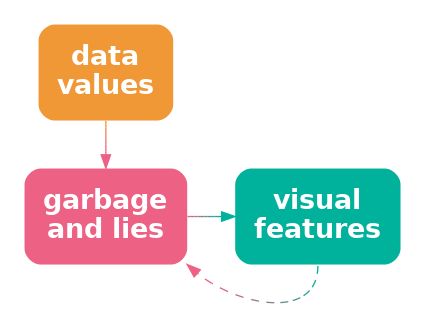
The Graphviz diagram Diagrams/lie-vis-decode.png in pmur002/hdvw, before a commit. Its source is kept beside it as Diagrams/lie-vis-decode.dot.
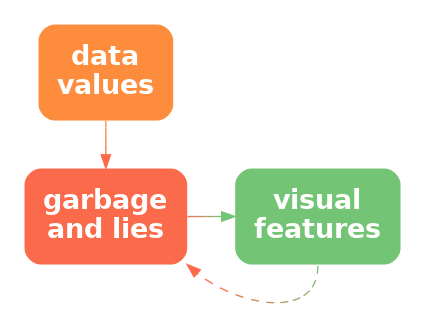
Above is the later version.

The edit, as a diff of the source:
```diff
@@ -1,12 +1,12 @@
 digraph {
   graph [ rankdir=LR; margin=.2; nodesep=.5 ];
   node [ fontsize=20; fontname="sans bold"; margin=.2 ];
-  data [ label="data\nvalues"; shape=box; style="filled, rounded"; penwidth=0; fontcolor=white; fillcolor="#F09736" ]
-  lie [ label="garbage\nand lies"; shape=box; style="filled, rounded"; penwidth=0; fontcolor=white; fillcolor="#EC6184" ]
+  data [ label="data\nvalues"; shape=box; style="filled, rounded"; penwidth=0; fontcolor=white; fillcolor="#FD8D3C" ]
+  lie [ label="garbage\nand lies"; shape=box; style="filled, rounded"; penwidth=0; fontcolor=white; fillcolor="#FB6A4A" ]
   vis [ label="visual\nfeatures"; shape=box;
-     style="filled, rounded"; penwidth=0; fontcolor=white; fillcolor="#00B19B" ]
-  data -> lie [ color="#F09736;0.1:#F0913F;0.1:#EF8B47;0.1:#EF8550;0.1:#EE7F59;0.1:#EE7961;0.1:#ED736A;0.1:#ED6D73;0.1:#EC677B;0.1:#EC6184;0.1" ]
-  lie -> vis [ color="#EC6184;0.1:#D26A87;0.1:#B87389;0.1:#9D7C8C;0.1:#83858E;0.1:#698D91;0.1:#4F9693;0.1:#349F96;0.1:#1AA898;0.1:#00B19B;0.1" ]
-  vis:s -> lie:se [ style="dashed", color="#00B19B;0.1:#1AA898;0.1:#349F96;0.1:#4F9693;0.1:#698D91;0.1:#83858E;0.1:#9D7C8C;0.1:#B87389;0.1:#D26A87;0.1:#EC6184;0.1" ]
+     style="filled, rounded"; penwidth=0; fontcolor=white; fillcolor="#74C476" ]
+  data -> lie [ color="#FD8D3C;0.1:#FD893E;0.1:#FD853F;0.1:#FC8141;0.1:#FC7D42;0.1:#FC7A44;0.1:#FC7645;0.1:#FB7247;0.1:#FB6E48;0.1:#FB6A4A;0.1" ]
+  lie -> vis [ color="#FB6A4A;0.1:#EC744F;0.1:#DD7E54;0.1:#CE8859;0.1:#BF925E;0.1:#B09C62;0.1:#A1A667;0.1:#92B06C;0.1:#83BA71;0.1:#74C476;0.1" ]
+  vis:s -> lie:se [ style="dashed", color="#74C476;0.1:#83BA71;0.1:#92B06C;0.1:#A1A667;0.1:#B09C62;0.1:#BF925E;0.1:#CE8859;0.1:#DD7E54;0.1:#EC744F;0.1:#FB6A4A;0.1" ]
 { rank=same; data, lie }
 }
```
